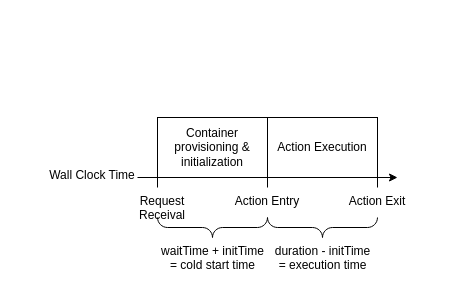
Earlier version of the draw.io diagram figures/drawio/EvaluationTimeMeasurement.drawio (PhilippGackstatter/diploma-thesis). Source tidied: cells renumbered, new cells numbered last; positions are measured from the earlier drawing's top-left corner, leaving out a move shared by most shapes. Both pictures are drawn from the tidied source at 100%, with x=0, y=0 at pixel (47, 117).
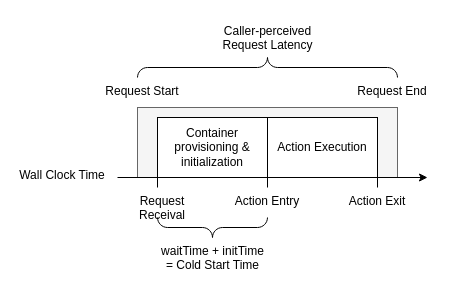
After the change.

Commit message (it also covers changes not shown here):
evaluation: Rework introduction

What changed in the source:
```diff
@@
+    <mxCell id="16" style="rounded=0;whiteSpace=wrap;html=1;fillColor=#f5f5f5;strokeColor=#666666;fontColor=#333333;" parent="1" vertex="1">
+      <mxGeometry x="90" y="-10" width="260" height="70" as="geometry" />
+    </mxCell>
@@
     <mxCell id="4" style="endArrow=classic;html=1;" parent="1" edge="1">
       <mxGeometry relative="1" as="geometry">
-        <mxPoint x="90" y="60" as="sourcePoint" />
-        <mxPoint x="350" y="60" as="targetPoint" />
+        <mxPoint x="70" y="60" as="sourcePoint" />
+        <mxPoint x="380" y="60" as="targetPoint" />
       </mxGeometry>
     </mxCell>
@@
     <mxCell id="11" value="&lt;span style=&quot;color: rgb(0 , 0 , 0) ; font-family: &amp;#34;linux biolinum o&amp;#34; ; font-size: 12px ; font-style: normal ; font-weight: 400 ; letter-spacing: normal ; text-indent: 0px ; text-transform: none ; word-spacing: 0px ; display: inline ; float: none ; background-color: rgb(255 , 255 , 255)&quot;&gt;Wall Clock Time&lt;/span&gt;" style="text;whiteSpace=wrap;html=1;align=center;spacingTop=4;" parent="1" vertex="1">
-      <mxGeometry y="40" width="90" height="30" as="geometry" />
+      <mxGeometry x="-30" y="40" width="90" height="30" as="geometry" />
     </mxCell>
@@
-    <mxCell id="13" style="verticalLabelPosition=bottom;shadow=0;dashed=0;align=center;html=1;verticalAlign=top;strokeWidth=1;shape=mxgraph.mockup.markup.curlyBrace;rounded=0;flipV=1;" parent="1" vertex="1">
-      <mxGeometry x="220" y="100" width="110" height="20" as="geometry" />
+    <mxCell id="13" style="verticalLabelPosition=bottom;shadow=0;dashed=0;align=center;html=1;verticalAlign=top;strokeWidth=1;shape=mxgraph.mockup.markup.curlyBrace;rounded=0;flipV=1;rotation=-180;" parent="1" vertex="1">
+      <mxGeometry x="90" y="-60" width="260" height="20" as="geometry" />
     </mxCell>
-    <mxCell id="14" value="&lt;span style=&quot;color: rgb(0 , 0 , 0) ; font-family: &amp;#34;linux biolinum o&amp;#34; ; font-size: 12px ; font-style: normal ; font-weight: 400 ; letter-spacing: normal ; text-indent: 0px ; text-transform: none ; word-spacing: 0px ; display: inline ; float: none ; background-color: rgb(255 , 255 , 255)&quot;&gt;waitTime + initTime&lt;br&gt;= cold start time&lt;br&gt;&lt;/span&gt;" style="text;whiteSpace=wrap;html=1;align=center;" parent="1" vertex="1">
+    <mxCell id="14" value="&lt;span style=&quot;color: rgb(0 , 0 , 0) ; font-family: &amp;#34;linux biolinum o&amp;#34; ; font-size: 12px ; font-style: normal ; font-weight: 400 ; letter-spacing: normal ; text-indent: 0px ; text-transform: none ; word-spacing: 0px ; display: inline ; float: none ; background-color: rgb(255 , 255 , 255)&quot;&gt;waitTime + initTime&lt;br&gt;= Cold Start Time&lt;br&gt;&lt;/span&gt;" style="text;whiteSpace=wrap;html=1;align=center;" parent="1" vertex="1">
       <mxGeometry x="112.5" y="120" width="105" height="30" as="geometry" />
     </mxCell>
-    <mxCell id="15" value="&lt;span style=&quot;color: rgb(0 , 0 , 0) ; font-family: &amp;#34;linux biolinum o&amp;#34; ; font-size: 12px ; font-style: normal ; font-weight: 400 ; letter-spacing: normal ; text-indent: 0px ; text-transform: none ; word-spacing: 0px ; display: inline ; float: none ; background-color: rgb(255 , 255 , 255)&quot;&gt;duration - initTime&lt;br&gt;= execution time&lt;br&gt;&lt;/span&gt;" style="text;whiteSpace=wrap;html=1;align=center;" parent="1" vertex="1">
-      <mxGeometry x="222.5" y="120" width="105" height="30" as="geometry" />
+    <mxCell id="15" value="&lt;span style=&quot;color: rgb(0 , 0 , 0) ; font-family: &amp;#34;linux biolinum o&amp;#34; ; font-size: 12px ; font-style: normal ; font-weight: 400 ; letter-spacing: normal ; text-indent: 0px ; text-transform: none ; word-spacing: 0px ; display: inline ; float: none ; background-color: rgb(255 , 255 , 255)&quot;&gt;Caller-perceived Request Latency&lt;br&gt;&lt;/span&gt;" style="text;whiteSpace=wrap;html=1;align=center;" parent="1" vertex="1">
+      <mxGeometry x="167.5" y="-100" width="105" height="30" as="geometry" />
     </mxCell>
+    <mxCell id="17" value="&lt;span style=&quot;color: rgb(0 , 0 , 0) ; font-family: &amp;#34;linux biolinum o&amp;#34; ; font-size: 12px ; font-style: normal ; font-weight: 400 ; letter-spacing: normal ; text-indent: 0px ; text-transform: none ; word-spacing: 0px ; display: inline ; float: none ; background-color: rgb(255 , 255 , 255)&quot;&gt;Request Start&lt;/span&gt;" style="text;whiteSpace=wrap;html=1;align=center;" parent="1" vertex="1">
+      <mxGeometry x="50" y="-40" width="90" height="30" as="geometry" />
+    </mxCell>
+    <mxCell id="18" value="&lt;span style=&quot;color: rgb(0 , 0 , 0) ; font-family: &amp;#34;linux biolinum o&amp;#34; ; font-size: 12px ; font-style: normal ; font-weight: 400 ; letter-spacing: normal ; text-indent: 0px ; text-transform: none ; word-spacing: 0px ; display: inline ; float: none ; background-color: rgb(255 , 255 , 255)&quot;&gt;Request End&lt;/span&gt;" style="text;whiteSpace=wrap;html=1;align=center;" parent="1" vertex="1">
+      <mxGeometry x="300" y="-40" width="90" height="30" as="geometry" />
+    </mxCell>
```
